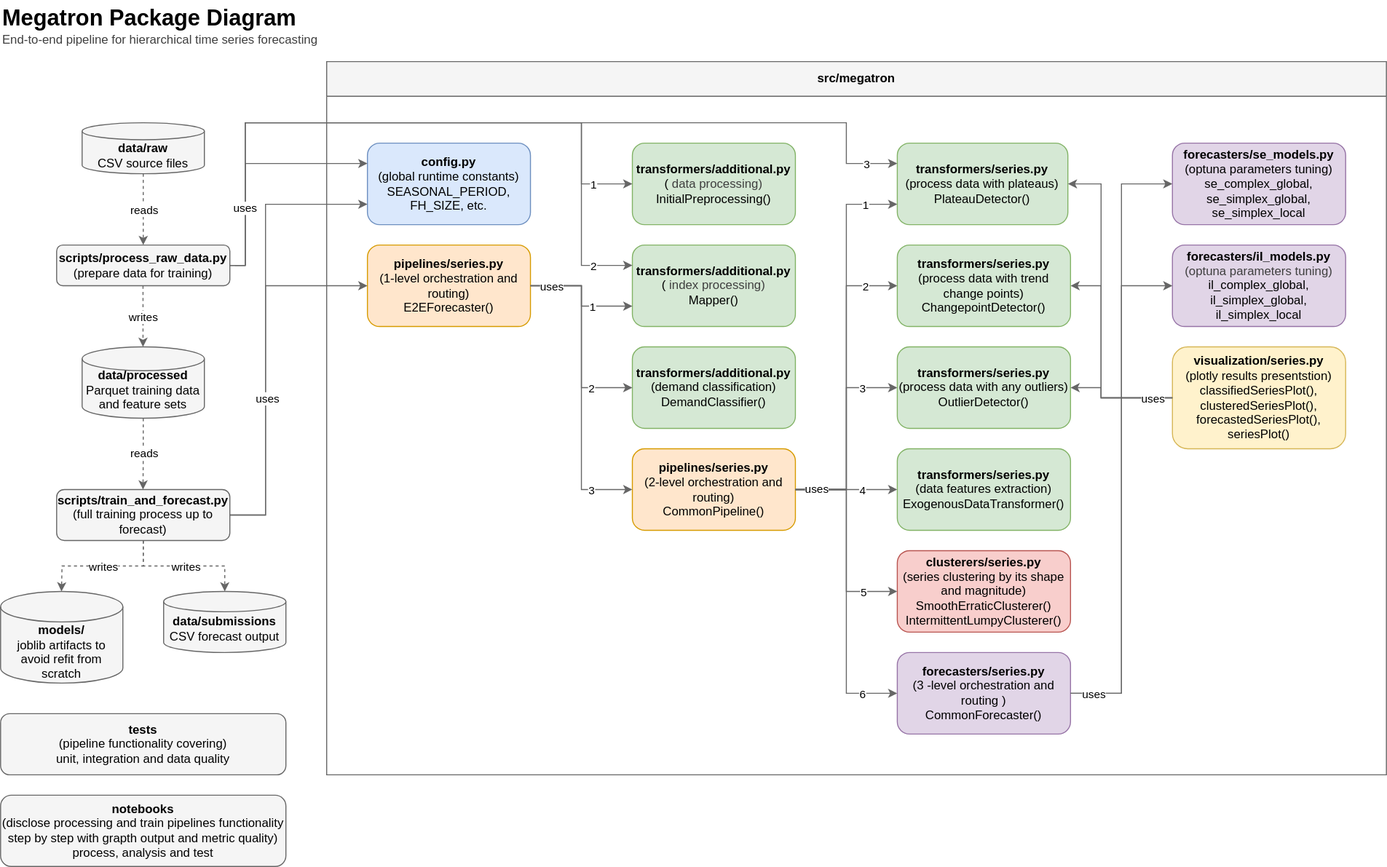
Earlier version of the draw.io export docs/diagram.drawio.svg (irressaf/ts-enterprise). Source tidied: cells renumbered, new cells last; positions are measured from the earlier drawing's top-left corner, leaving out a move shared by most shapes.
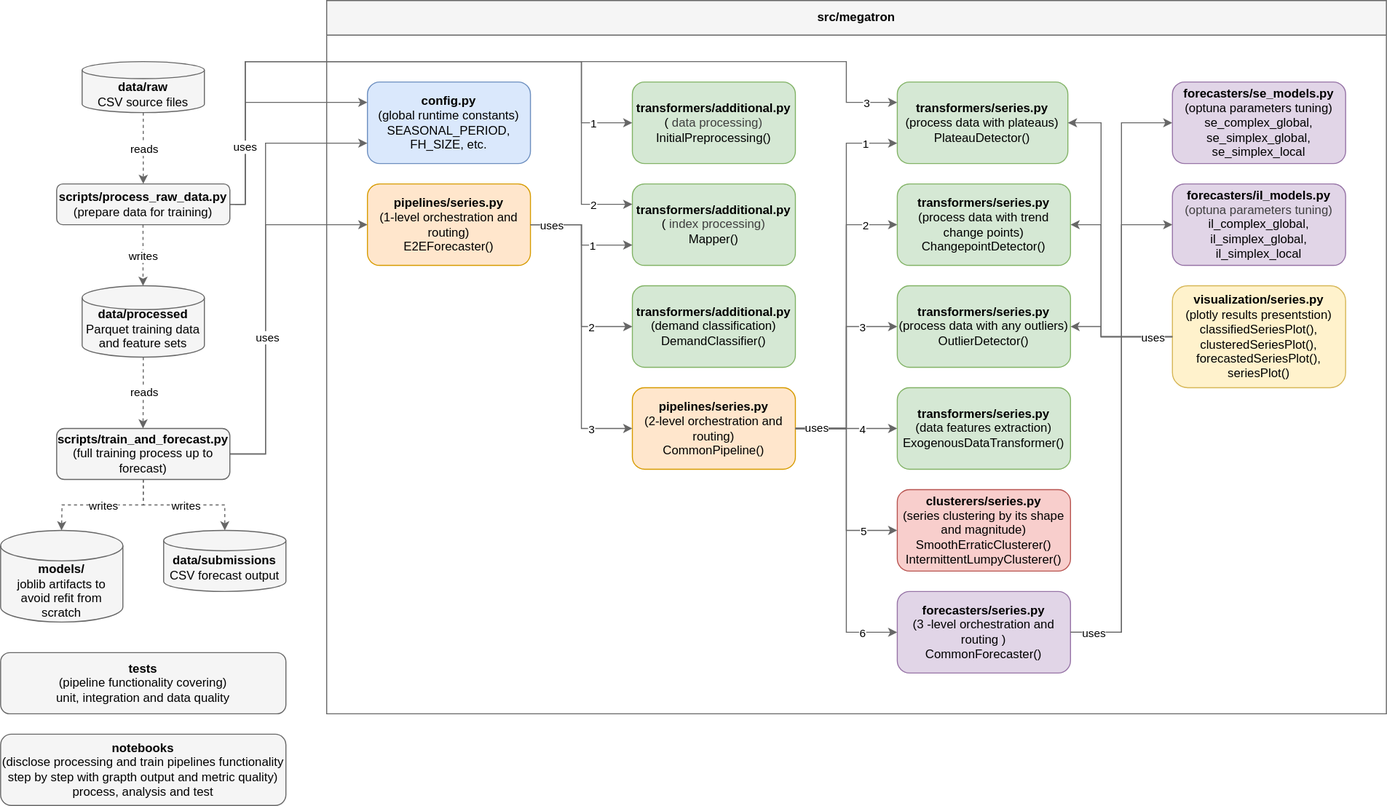
After the commit.

Commit message:
A few README.md complements were added

The edit, as a diff of the source:
```diff
@@ -2,9 +2,6 @@
   <root>
     <mxCell id="0" />
     <mxCell id="1" parent="0" />
-    <mxCell id="2" value="&lt;div style=&quot;font-size:22px;font-weight:700;&quot;&gt;Megatron Package Diagram&lt;/div&gt;&lt;div&gt;&lt;span style=&quot;color: rgb(63, 63, 63);&quot;&gt;End-to-end pipeline for hierarchical time series forecasting&lt;/span&gt;&lt;/div&gt;" style="text;html=1;whiteSpace=wrap;strokeColor=none;fillColor=none;align=left;verticalAlign=middle;" parent="1" vertex="1">
-      <mxGeometry width="420" height="50" as="geometry" />
-    </mxCell>
     <mxCell id="3" value="src/megatron" style="swimlane;html=1;whiteSpace=wrap;rounded=0;horizontal=1;startSize=34;fillColor=#f5f5f5;strokeColor=#666666;fontStyle=1;" parent="1" vertex="1">
       <mxGeometry x="320" y="60" width="1040" height="700" as="geometry" />
     </mxCell>
```
